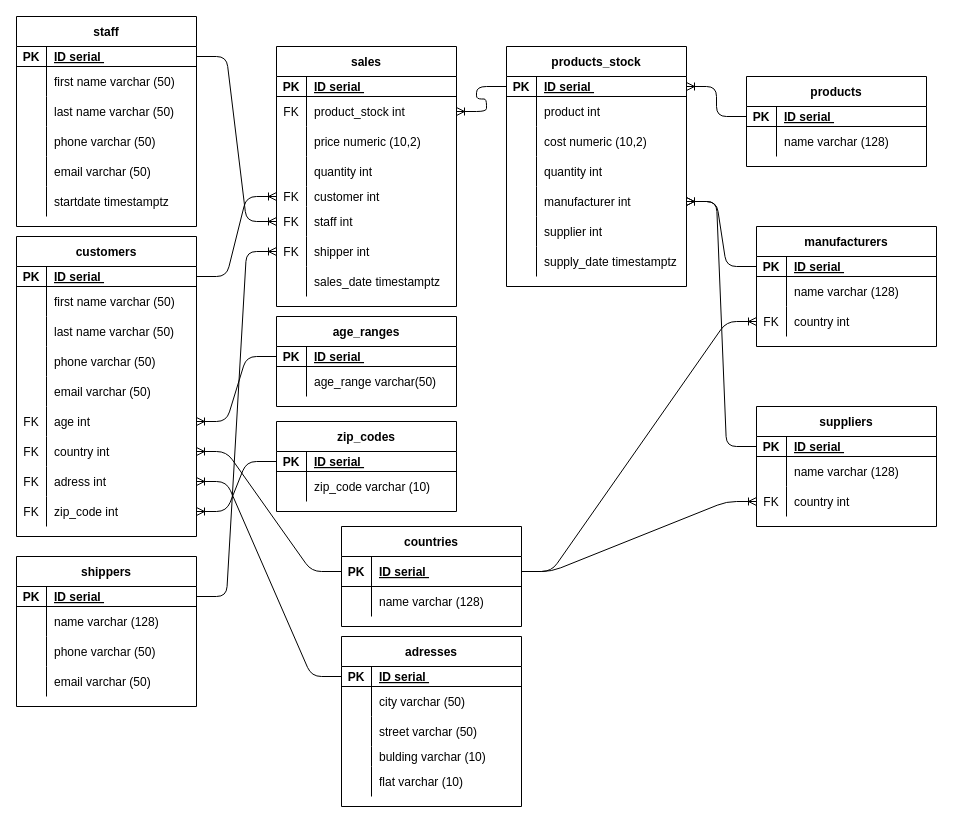
This is Store.drawio from Emma664/World-population, a draw.io file, before an edit. Source tidied: cells renumbered, new cells numbered last; positions are measured from the earlier drawing's top-left corner, leaving out a move shared by most shapes. Both pictures are drawn from the tidied source at 100%, with x=0, y=0 at pixel (16, 16).
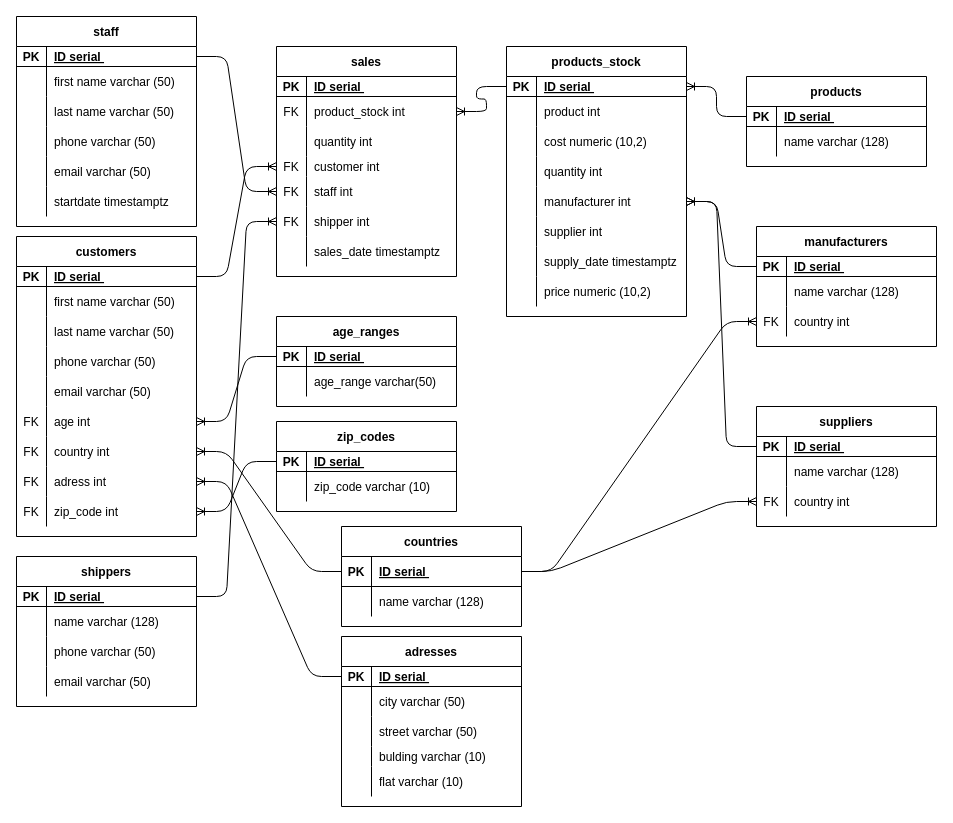
The same diagram, later.

Diff of the diagram source:
```diff
@@
     <mxCell id="59" value="sales" style="shape=table;startSize=30;childLayout=tableLayout;rowLines=0;fontStyle=1;align=center;" parent="1" vertex="1">
-      <mxGeometry x="260" y="30" width="180" height="260" as="geometry" />
+      <mxGeometry x="260" y="30" width="180" height="230" as="geometry" />
     </mxCell>
@@
-    <mxCell id="66" style="shape=partialRectangle;fillColor=none;top=0;left=0;bottom=0;right=0;" parent="59" vertex="1">
-      <mxGeometry y="80" width="180" height="30" as="geometry" />
-    </mxCell>
-    <mxCell id="67" style="shape=partialRectangle;fillColor=none;top=0;left=0;bottom=0;right=0;overflow=hidden;" parent="66" vertex="1">
-      <mxGeometry width="30" height="30" as="geometry" />
-    </mxCell>
-    <mxCell id="68" value="price numeric (10,2)" style="shape=partialRectangle;fillColor=none;top=0;left=0;bottom=0;right=0;align=left;spacingLeft=6;overflow=hidden;" parent="66" vertex="1">
-      <mxGeometry x="30" width="150" height="30" as="geometry" />
-    </mxCell>
     <mxCell id="69" style="shape=partialRectangle;fillColor=none;top=0;left=0;bottom=0;right=0;" parent="59" vertex="1">
-      <mxGeometry y="110" width="180" height="30" as="geometry" />
+      <mxGeometry y="80" width="180" height="30" as="geometry" />
     </mxCell>
@@
     <mxCell id="72" style="shape=partialRectangle;fillColor=none;top=0;left=0;bottom=0;right=0;points=[[0,0.5],[1,0.5]];portConstraint=eastwest;" parent="59" vertex="1">
-      <mxGeometry y="140" width="180" height="20" as="geometry" />
+      <mxGeometry y="110" width="180" height="20" as="geometry" />
     </mxCell>
@@
     <mxCell id="75" style="shape=partialRectangle;fillColor=none;top=0;left=0;bottom=0;right=0;points=[[0,0.5],[1,0.5]];portConstraint=eastwest;" parent="59" vertex="1">
-      <mxGeometry y="160" width="180" height="30" as="geometry" />
+      <mxGeometry y="130" width="180" height="30" as="geometry" />
     </mxCell>
@@
     <mxCell id="78" style="shape=partialRectangle;fillColor=none;top=0;left=0;bottom=0;right=0;points=[[0,0.5],[1,0.5]];portConstraint=eastwest;" parent="59" vertex="1">
-      <mxGeometry y="190" width="180" height="30" as="geometry" />
+      <mxGeometry y="160" width="180" height="30" as="geometry" />
     </mxCell>
@@
     <mxCell id="81" style="shape=partialRectangle;fillColor=none;top=0;left=0;bottom=0;right=0;" parent="59" vertex="1">
-      <mxGeometry y="220" width="180" height="30" as="geometry" />
+      <mxGeometry y="190" width="180" height="30" as="geometry" />
     </mxCell>
@@
     <mxCell id="84" value="products_stock" style="shape=table;startSize=30;childLayout=tableLayout;rowLines=0;fontStyle=1;align=center;" parent="1" vertex="1">
-      <mxGeometry x="490" y="30" width="180" height="240" as="geometry" />
+      <mxGeometry x="490" y="30" width="180" height="270" as="geometry" />
     </mxCell>
@@
+    <mxCell id="186" style="shape=partialRectangle;fillColor=none;top=0;left=0;bottom=0;right=0;" parent="84" vertex="1">
+      <mxGeometry y="230" width="180" height="30" as="geometry" />
+    </mxCell>
+    <mxCell id="67" style="shape=partialRectangle;fillColor=none;top=0;left=0;bottom=0;right=0;overflow=hidden;" parent="186" vertex="1">
+      <mxGeometry width="30" height="30" as="geometry" />
+    </mxCell>
+    <mxCell id="68" value="price numeric (10,2)" style="shape=partialRectangle;fillColor=none;top=0;left=0;bottom=0;right=0;align=left;spacingLeft=6;overflow=hidden;" parent="186" vertex="1">
+      <mxGeometry x="30" width="150" height="30" as="geometry" />
+    </mxCell>
```
